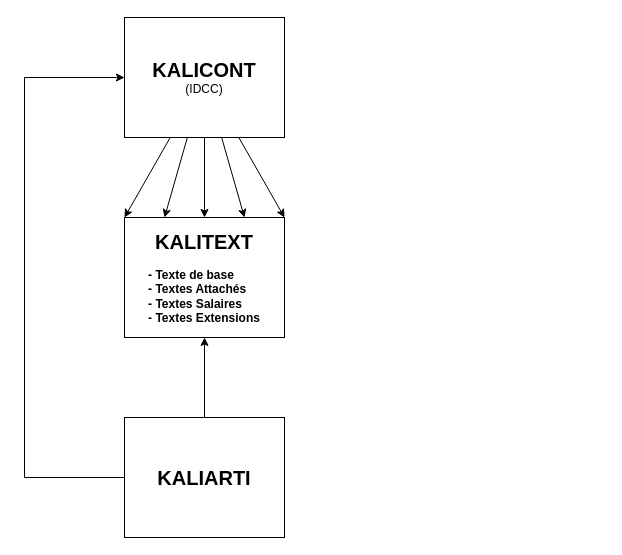
szkjn/sandbox_drawio keeps this draw.io diagram as diagram/KALI_structure.drawio. Above is the earlier version. Source tidied: cells renumbered, new cells numbered last; positions are measured from the earlier drawing's top-left corner, leaving out a move shared by most shapes. Both pictures are drawn from the tidied source at 100%, with x=0, y=0 at pixel (24, 17).
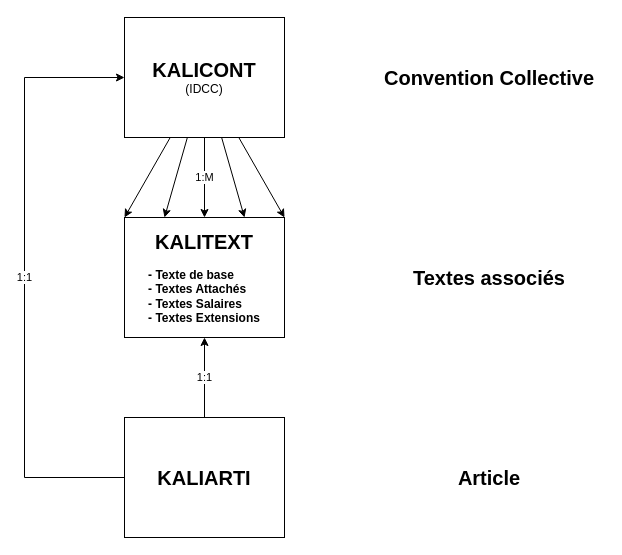
Above is the later version.

Diff of the diagram source:
```diff
@@
 <mxGraphModel>
   <root>
     <mxCell id="0" />
     <mxCell id="1" parent="0" />
-    <mxCell id="2" style="edgeStyle=orthogonalEdgeStyle;rounded=0;jettySize=auto;html=1;entryX=0.5;entryY=1;entryDx=0;entryDy=0;" parent="1" edge="1" source="4" target="5">
+    <mxCell id="2" value="1:1" style="edgeStyle=orthogonalEdgeStyle;rounded=0;jettySize=auto;html=1;entryX=0.5;entryY=1;entryDx=0;entryDy=0;" parent="1" edge="1" source="4" target="5">
       <mxGeometry relative="1" as="geometry" />
     </mxCell>
-    <mxCell id="3" style="edgeStyle=orthogonalEdgeStyle;rounded=0;jettySize=auto;html=1;entryX=0;entryY=0.5;entryDx=0;entryDy=0;" parent="1" edge="1" source="4" target="11">
+    <mxCell id="3" value="1:1" style="edgeStyle=orthogonalEdgeStyle;rounded=0;jettySize=auto;html=1;entryX=0;entryY=0.5;entryDx=0;entryDy=0;" parent="1" edge="1" source="4" target="11">
       <mxGeometry relative="1" as="geometry">
         <Array as="points">
           <mxPoint y="460" />
           <mxPoint y="60" />
         </Array>
       </mxGeometry>
     </mxCell>
     <mxCell id="4" value="&lt;b&gt;&lt;font style=&quot;font-size: 20px;&quot;&gt;KALIARTI&lt;/font&gt;&lt;/b&gt;" style="rounded=0;whiteSpace=wrap;html=1;" parent="1" vertex="1">
       <mxGeometry x="100" y="400" width="160" height="120" as="geometry" />
     </mxCell>
     <mxCell id="5" value="&lt;b&gt;&lt;font style=&quot;font-size: 20px;&quot;&gt;KALITEXT&lt;/font&gt;&lt;/b&gt;&lt;div&gt;&lt;b&gt;&lt;br&gt;&lt;/b&gt;&lt;div style=&quot;text-align: left;&quot;&gt;&lt;b&gt;- Texte de base&lt;/b&gt;&lt;/div&gt;&lt;div style=&quot;text-align: left;&quot;&gt;&lt;b&gt;- Textes Attachés&lt;/b&gt;&lt;/div&gt;&lt;div style=&quot;text-align: left;&quot;&gt;&lt;b&gt;- Textes Salaires&lt;/b&gt;&lt;/div&gt;&lt;div style=&quot;text-align: left;&quot;&gt;&lt;b&gt;- Textes Extensions&lt;/b&gt;&lt;/div&gt;&lt;/div&gt;" style="rounded=0;whiteSpace=wrap;html=1;align=center;" parent="1" vertex="1">
       <mxGeometry x="100" y="200" width="160" height="120" as="geometry" />
     </mxCell>
     <mxCell id="6" style="rounded=0;jettySize=auto;html=1;entryX=0;entryY=0;entryDx=0;entryDy=0;" parent="1" edge="1" source="11" target="5">
       <mxGeometry relative="1" as="geometry" />
     </mxCell>
     <mxCell id="7" style="rounded=0;jettySize=auto;html=1;entryX=0.25;entryY=0;entryDx=0;entryDy=0;" parent="1" edge="1" source="11" target="5">
       <mxGeometry relative="1" as="geometry" />
     </mxCell>
-    <mxCell id="8" style="edgeStyle=orthogonalEdgeStyle;rounded=0;jettySize=auto;html=1;entryX=0.5;entryY=0;entryDx=0;entryDy=0;" parent="1" edge="1" source="11" target="5">
+    <mxCell id="8" value="1:M" style="edgeStyle=orthogonalEdgeStyle;rounded=0;jettySize=auto;html=1;entryX=0.5;entryY=0;entryDx=0;entryDy=0;" parent="1" edge="1" source="11" target="5">
       <mxGeometry relative="1" as="geometry" />
     </mxCell>
     <mxCell id="9" style="rounded=0;jettySize=auto;html=1;entryX=0.75;entryY=0;entryDx=0;entryDy=0;" parent="1" edge="1" source="11" target="5">
       <mxGeometry relative="1" as="geometry" />
     </mxCell>
     <mxCell id="10" style="rounded=0;jettySize=auto;html=1;entryX=1;entryY=0;entryDx=0;entryDy=0;" parent="1" edge="1" source="11" target="5">
       <mxGeometry relative="1" as="geometry" />
     </mxCell>
     <mxCell id="11" value="&lt;b&gt;&lt;font style=&quot;font-size: 20px;&quot;&gt;KALICONT&lt;/font&gt;&lt;/b&gt;&lt;div&gt;(IDCC)&lt;/div&gt;" style="rounded=0;whiteSpace=wrap;html=1;" parent="1" vertex="1">
       <mxGeometry x="100" width="160" height="120" as="geometry" />
     </mxCell>
+    <mxCell id="12" value="Convention Collective" style="text;html=1;align=center;verticalAlign=middle;whiteSpace=wrap;rounded=0;fontSize=20;fontStyle=1;" parent="1" vertex="1">
+      <mxGeometry x="350.1" y="30" width="230" height="60" as="geometry" />
+    </mxCell>
+    <mxCell id="13" value="Article" style="text;html=1;align=center;verticalAlign=middle;whiteSpace=wrap;rounded=0;fontSize=20;fontStyle=1;" parent="1" vertex="1">
+      <mxGeometry x="350.1" y="430" width="230" height="60" as="geometry" />
+    </mxCell>
+    <mxCell id="14" value="Textes associés" style="text;html=1;align=center;verticalAlign=middle;whiteSpace=wrap;rounded=0;fontSize=20;fontStyle=1;" parent="1" vertex="1">
+      <mxGeometry x="350.1" y="230" width="230" height="60" as="geometry" />
+    </mxCell>
   </root>
 </mxGraphModel>
```
